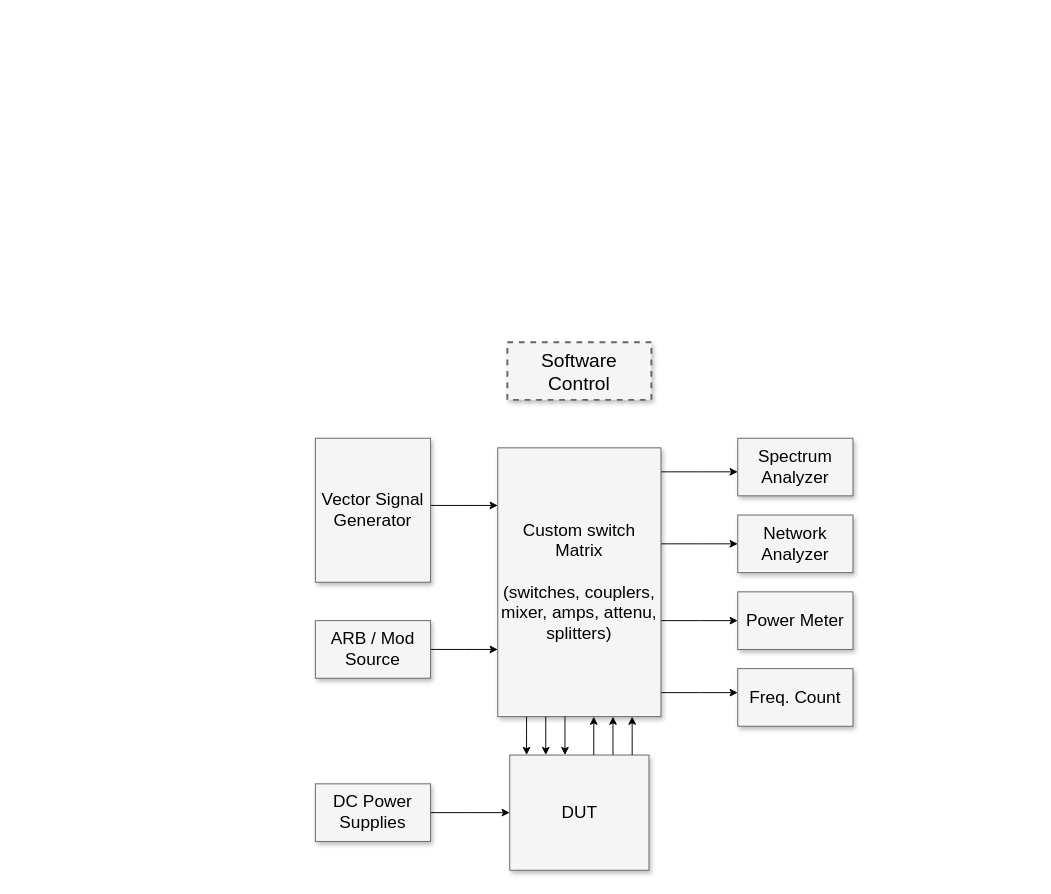
Above: BDD.drawio in necroboi/RISK-AND-DECISION-HDB (draw.io), before the change. Source tidied: cells renumbered, new cells numbered last; positions are measured from the earlier drawing's top-left corner, leaving out a move shared by most shapes. Both pictures are drawn from the tidied source at 96%, with x=0, y=0 at pixel (315, 342).
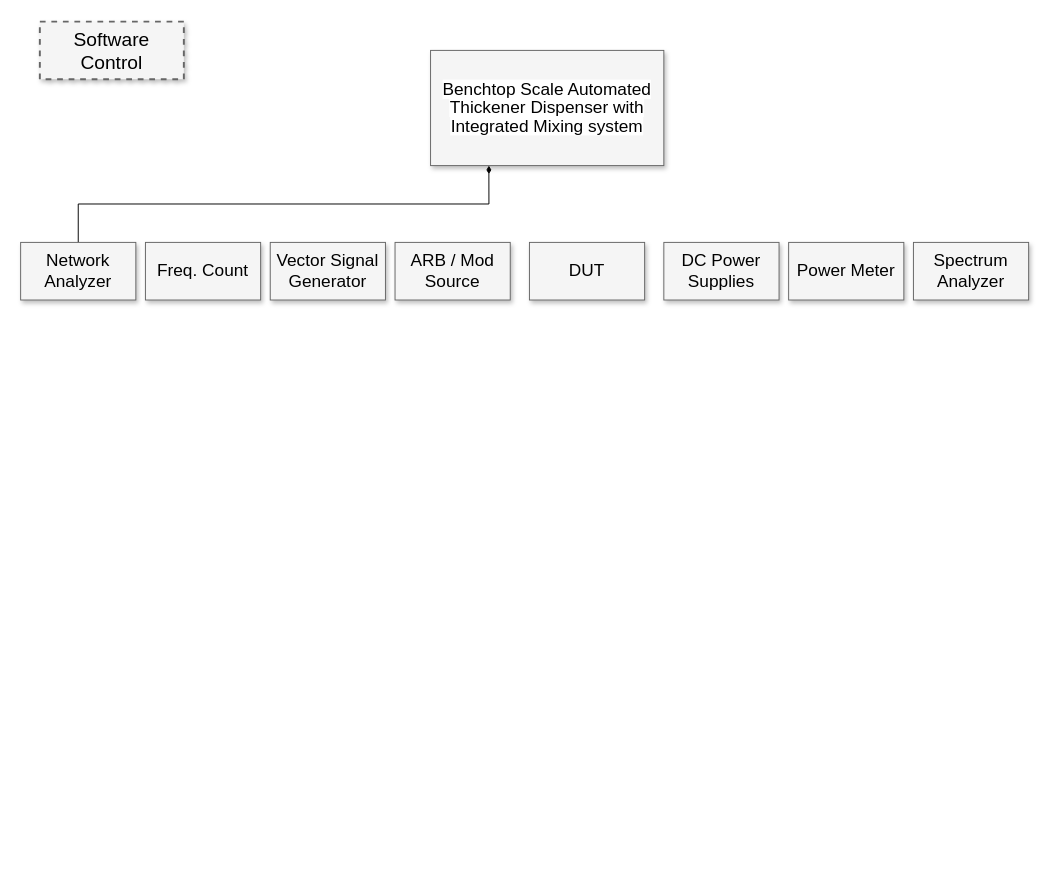
After the change.

The edit, as a diff of the source:
```diff
@@
     <mxCell id="2" value="Software Control" style="whiteSpace=wrap;html=1;shadow=1;fontSize=20;fillColor=#f5f5f5;strokeColor=#666666;strokeWidth=2;dashed=1;" parent="1" vertex="1">
-      <mxGeometry x="200" width="150" height="60" as="geometry" />
+      <mxGeometry x="-287" y="-334" width="150" height="60" as="geometry" />
     </mxCell>
-    <mxCell id="3" style="edgeStyle=elbowEdgeStyle;rounded=0;html=1;startArrow=none;startFill=0;jettySize=auto;fontSize=18;elbow=vertical;" parent="1" edge="1" source="8" target="9">
-      <mxGeometry relative="1" as="geometry" />
-    </mxCell>
-    <mxCell id="4" style="edgeStyle=elbowEdgeStyle;rounded=0;html=1;startArrow=none;startFill=0;jettySize=auto;fontSize=18;elbow=vertical;" parent="1" edge="1" source="8" target="10">
-      <mxGeometry relative="1" as="geometry" />
-    </mxCell>
-    <mxCell id="5" style="edgeStyle=elbowEdgeStyle;rounded=0;html=1;startArrow=none;startFill=0;jettySize=auto;fontSize=18;elbow=vertical;" parent="1" edge="1" source="8" target="11">
-      <mxGeometry relative="1" as="geometry" />
-    </mxCell>
-    <mxCell id="6" style="edgeStyle=elbowEdgeStyle;rounded=0;html=1;startArrow=none;startFill=0;jettySize=auto;fontSize=18;elbow=vertical;" parent="1" edge="1" source="8" target="12">
-      <mxGeometry relative="1" as="geometry" />
-    </mxCell>
-    <mxCell id="7" style="edgeStyle=elbowEdgeStyle;rounded=0;html=1;startArrow=none;startFill=0;jettySize=auto;fontSize=18;" parent="1" edge="1" source="17" target="8">
-      <mxGeometry relative="1" as="geometry">
-        <Array as="points">
-          <mxPoint x="310" y="410" />
-        </Array>
-      </mxGeometry>
-    </mxCell>
-    <mxCell id="8" value="Custom switch Matrix&lt;div&gt;&lt;br&gt;&lt;/div&gt;&lt;div&gt;(switches, couplers, mixer, amps, attenu, splitters)&lt;/div&gt;" style="whiteSpace=wrap;html=1;shadow=1;fontSize=18;fillColor=#f5f5f5;strokeColor=#666666;" parent="1" vertex="1">
-      <mxGeometry x="190" y="110" width="170" height="280" as="geometry" />
+    <mxCell id="8" value="&lt;div&gt;&lt;div style=&quot;line-height: 19px;&quot;&gt;&lt;span style=&quot;background-color: rgb(255, 255, 255);&quot;&gt;Benchtop Scale Automated Thickener Dispenser with Integrated Mixing system&lt;/span&gt;&lt;/div&gt;&lt;/div&gt;" style="whiteSpace=wrap;html=1;shadow=1;fontSize=18;fillColor=#f5f5f5;strokeColor=#666666;" parent="1" vertex="1">
+      <mxGeometry x="120" y="-304" width="243" height="120" as="geometry" />
     </mxCell>
     <mxCell id="9" value="Spectrum Analyzer" style="whiteSpace=wrap;html=1;shadow=1;fontSize=18;fillColor=#f5f5f5;strokeColor=#666666;" parent="1" vertex="1">
-      <mxGeometry x="440" y="100" width="120" height="60" as="geometry" />
+      <mxGeometry x="623" y="-104" width="120" height="60" as="geometry" />
     </mxCell>
+    <mxCell id="25" style="edgeStyle=orthogonalEdgeStyle;rounded=0;jettySize=auto;html=1;exitX=0.5;exitY=0;exitDx=0;exitDy=0;entryX=0.25;entryY=1;entryDx=0;entryDy=0;endArrow=diamondThin;endFill=1;" parent="1" edge="1" source="10" target="8">
+      <mxGeometry relative="1" as="geometry" />
+    </mxCell>
     <mxCell id="10" value="Network Analyzer" style="whiteSpace=wrap;html=1;shadow=1;fontSize=18;fillColor=#f5f5f5;strokeColor=#666666;" parent="1" vertex="1">
-      <mxGeometry x="440" y="180" width="120" height="60" as="geometry" />
+      <mxGeometry x="-307" y="-104" width="120" height="60" as="geometry" />
     </mxCell>
     <mxCell id="11" value="Power Meter" style="whiteSpace=wrap;html=1;shadow=1;fontSize=18;fillColor=#f5f5f5;strokeColor=#666666;" parent="1" vertex="1">
-      <mxGeometry x="440" y="260" width="120" height="60" as="geometry" />
+      <mxGeometry x="493" y="-104" width="120" height="60" as="geometry" />
     </mxCell>
     <mxCell id="12" value="Freq. Count" style="whiteSpace=wrap;html=1;shadow=1;fontSize=18;fillColor=#f5f5f5;strokeColor=#666666;" parent="1" vertex="1">
-      <mxGeometry x="440" y="340" width="120" height="60" as="geometry" />
+      <mxGeometry x="-177" y="-104" width="120" height="60" as="geometry" />
     </mxCell>
-    <mxCell id="13" style="edgeStyle=elbowEdgeStyle;rounded=0;html=1;startArrow=none;startFill=0;jettySize=auto;fontSize=18;elbow=vertical;" parent="1" edge="1" source="14" target="8">
-      <mxGeometry relative="1" as="geometry">
-        <Array as="points">
-          <mxPoint x="160" y="170" />
-        </Array>
-      </mxGeometry>
-    </mxCell>
     <mxCell id="14" value="Vector Signal Generator" style="whiteSpace=wrap;html=1;shadow=1;fontSize=18;fillColor=#f5f5f5;strokeColor=#666666;" parent="1" vertex="1">
-      <mxGeometry y="100" width="120" height="150" as="geometry" />
+      <mxGeometry x="-47" y="-104" width="120" height="60" as="geometry" />
     </mxCell>
-    <mxCell id="15" style="edgeStyle=elbowEdgeStyle;rounded=0;html=1;startArrow=none;startFill=0;jettySize=auto;fontSize=18;elbow=vertical;" parent="1" edge="1" source="16" target="8">
-      <mxGeometry relative="1" as="geometry" />
-    </mxCell>
     <mxCell id="16" value="ARB / Mod Source" style="whiteSpace=wrap;html=1;shadow=1;fontSize=18;fillColor=#f5f5f5;strokeColor=#666666;" parent="1" vertex="1">
-      <mxGeometry y="290" width="120" height="60" as="geometry" />
+      <mxGeometry x="83" y="-104" width="120" height="60" as="geometry" />
     </mxCell>
     <mxCell id="17" value="DUT" style="whiteSpace=wrap;html=1;shadow=1;fontSize=18;fillColor=#f5f5f5;strokeColor=#666666;" parent="1" vertex="1">
-      <mxGeometry x="202.5" y="430" width="145" height="120" as="geometry" />
+      <mxGeometry x="223" y="-104" width="120" height="60" as="geometry" />
     </mxCell>
-    <mxCell id="18" style="edgeStyle=elbowEdgeStyle;rounded=0;html=1;startArrow=none;startFill=0;jettySize=auto;fontSize=18;elbow=vertical;" parent="1" edge="1" source="19" target="17">
-      <mxGeometry relative="1" as="geometry" />
-    </mxCell>
     <mxCell id="19" value="DC Power Supplies" style="whiteSpace=wrap;html=1;shadow=1;fontSize=18;fillColor=#f5f5f5;strokeColor=#666666;" parent="1" vertex="1">
-      <mxGeometry y="460" width="120" height="60" as="geometry" />
+      <mxGeometry x="363" y="-104" width="120" height="60" as="geometry" />
     </mxCell>
-    <mxCell id="20" style="edgeStyle=elbowEdgeStyle;rounded=0;html=1;startArrow=none;startFill=0;jettySize=auto;fontSize=18;" parent="1" edge="1" source="17" target="8">
-      <mxGeometry relative="1" as="geometry">
-        <Array as="points">
-          <mxPoint x="330" y="410" />
-          <mxPoint x="310" y="410" />
-        </Array>
-      </mxGeometry>
-    </mxCell>
-    <mxCell id="21" style="edgeStyle=elbowEdgeStyle;rounded=0;html=1;startArrow=none;startFill=0;jettySize=auto;orthogonalLoop=1;fontSize=18;" parent="1" edge="1">
-      <mxGeometry relative="1" as="geometry">
-        <mxPoint x="290" y="430" as="sourcePoint" />
-        <mxPoint x="290" y="390" as="targetPoint" />
-        <Array as="points">
-          <mxPoint x="290" y="410" />
-          <mxPoint x="290" y="410" />
-        </Array>
-      </mxGeometry>
-    </mxCell>
-    <mxCell id="22" style="edgeStyle=elbowEdgeStyle;rounded=0;html=1;startArrow=none;startFill=0;jettySize=auto;orthogonalLoop=1;fontSize=18;" parent="1" edge="1">
-      <mxGeometry relative="1" as="geometry">
-        <mxPoint x="260" y="390" as="sourcePoint" />
-        <mxPoint x="260" y="430" as="targetPoint" />
-        <Array as="points">
-          <mxPoint x="260" y="410" />
-          <mxPoint x="290" y="420" />
-        </Array>
-      </mxGeometry>
-    </mxCell>
-    <mxCell id="23" style="edgeStyle=elbowEdgeStyle;rounded=0;html=1;startArrow=none;startFill=0;jettySize=auto;orthogonalLoop=1;fontSize=18;" parent="1" edge="1">
-      <mxGeometry relative="1" as="geometry">
-        <mxPoint x="240" y="390" as="sourcePoint" />
-        <mxPoint x="240" y="430" as="targetPoint" />
-        <Array as="points">
-          <mxPoint x="240" y="410" />
-          <mxPoint x="270" y="420" />
-        </Array>
-      </mxGeometry>
-    </mxCell>
-    <mxCell id="24" style="edgeStyle=elbowEdgeStyle;rounded=0;html=1;startArrow=none;startFill=0;jettySize=auto;orthogonalLoop=1;fontSize=18;" parent="1" edge="1">
-      <mxGeometry relative="1" as="geometry">
-        <mxPoint x="220" y="390" as="sourcePoint" />
-        <mxPoint x="220" y="430" as="targetPoint" />
-        <Array as="points">
-          <mxPoint x="220" y="410" />
-          <mxPoint x="250" y="420" />
-        </Array>
-      </mxGeometry>
-    </mxCell>
```
